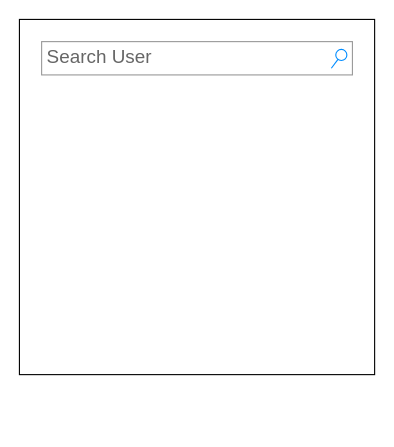
Before: Triva_Profile_Search.drawio in Adityacs001/snippet, a draw.io diagram. Source tidied: cells renumbered, new cells numbered last; positions are measured from the earlier drawing's top-left corner, leaving out a move shared by most shapes. Both pictures are drawn from the tidied source at 111%, with x=0, y=0 at pixel (19, 19). Pictures stored in the file or linked from it are replaced by grey dashed boxes.
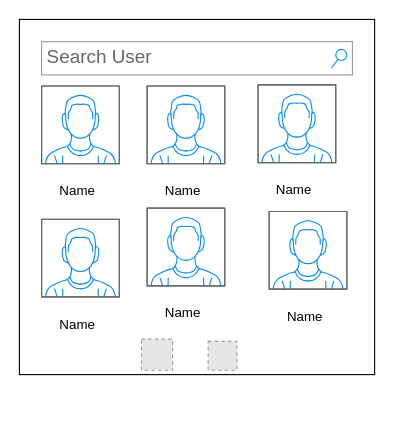
The same diagram, later.

Change to the diagram source:
```diff
@@
     <mxCell id="2" style="group;" parent="1" vertex="1">
-      <mxGeometry width="320" height="320" as="geometry" />
+      <mxGeometry width="320" height="368" as="geometry" />
     </mxCell>
@@
+    <mxCell id="5" style="group;" parent="2" vertex="1">
+      <mxGeometry x="15" y="60" width="75" height="110" as="geometry" />
+    </mxCell>
+    <mxCell id="6" style="verticalLabelPosition=bottom;shadow=0;dashed=0;align=center;html=1;verticalAlign=top;strokeWidth=1;shape=mxgraph.mockup.containers.userMale;strokeColor=#666666;strokeColor2=#008cff;" parent="5" vertex="1">
+      <mxGeometry x="5" width="70" height="70" as="geometry" />
+    </mxCell>
+    <mxCell id="7" value="Name" style="text;html=1;align=center;verticalAlign=middle;whiteSpace=wrap;rounded=0;" parent="5" vertex="1">
+      <mxGeometry y="80" width="75" height="30" as="geometry" />
+    </mxCell>
+    <mxCell id="8" style="group;" parent="2" vertex="1">
+      <mxGeometry x="110" y="60" width="75" height="110" as="geometry" />
+    </mxCell>
+    <mxCell id="9" style="verticalLabelPosition=bottom;shadow=0;dashed=0;align=center;html=1;verticalAlign=top;strokeWidth=1;shape=mxgraph.mockup.containers.userMale;strokeColor=#666666;strokeColor2=#008cff;" parent="8" vertex="1">
+      <mxGeometry x="5" width="70" height="70" as="geometry" />
+    </mxCell>
+    <mxCell id="10" value="Name" style="text;html=1;align=center;verticalAlign=middle;whiteSpace=wrap;rounded=0;" parent="8" vertex="1">
+      <mxGeometry y="80" width="75" height="30" as="geometry" />
+    </mxCell>
+    <mxCell id="11" style="group;" parent="2" vertex="1">
+      <mxGeometry x="210" y="59" width="75" height="110" as="geometry" />
+    </mxCell>
+    <mxCell id="12" style="verticalLabelPosition=bottom;shadow=0;dashed=0;align=center;html=1;verticalAlign=top;strokeWidth=1;shape=mxgraph.mockup.containers.userMale;strokeColor=#666666;strokeColor2=#008cff;" parent="11" vertex="1">
+      <mxGeometry x="5" width="70" height="70" as="geometry" />
+    </mxCell>
+    <mxCell id="13" value="Name" style="text;html=1;align=center;verticalAlign=middle;whiteSpace=wrap;rounded=0;" parent="11" vertex="1">
+      <mxGeometry y="80" width="75" height="30" as="geometry" />
+    </mxCell>
+    <mxCell id="14" style="group;" parent="2" vertex="1">
+      <mxGeometry x="15" y="180" width="75" height="110" as="geometry" />
+    </mxCell>
+    <mxCell id="15" style="verticalLabelPosition=bottom;shadow=0;dashed=0;align=center;html=1;verticalAlign=top;strokeWidth=1;shape=mxgraph.mockup.containers.userMale;strokeColor=#666666;strokeColor2=#008cff;" parent="14" vertex="1">
+      <mxGeometry x="5" width="70" height="70" as="geometry" />
+    </mxCell>
+    <mxCell id="16" value="Name" style="text;html=1;align=center;verticalAlign=middle;whiteSpace=wrap;rounded=0;" parent="14" vertex="1">
+      <mxGeometry y="80" width="75" height="30" as="geometry" />
+    </mxCell>
+    <mxCell id="17" style="group;" parent="2" vertex="1">
+      <mxGeometry x="110" y="170" width="75" height="110" as="geometry" />
+    </mxCell>
+    <mxCell id="18" style="verticalLabelPosition=bottom;shadow=0;dashed=0;align=center;html=1;verticalAlign=top;strokeWidth=1;shape=mxgraph.mockup.containers.userMale;strokeColor=#666666;strokeColor2=#008cff;" parent="17" vertex="1">
+      <mxGeometry x="5" width="70" height="70" as="geometry" />
+    </mxCell>
+    <mxCell id="19" value="Name" style="text;html=1;align=center;verticalAlign=middle;whiteSpace=wrap;rounded=0;" parent="17" vertex="1">
+      <mxGeometry y="80" width="75" height="30" as="geometry" />
+    </mxCell>
+    <mxCell id="20" style="group;" parent="2" vertex="1">
+      <mxGeometry x="220" y="173" width="75" height="110" as="geometry" />
+    </mxCell>
+    <mxCell id="21" style="verticalLabelPosition=bottom;shadow=0;dashed=0;align=center;html=1;verticalAlign=top;strokeWidth=1;shape=mxgraph.mockup.containers.userMale;strokeColor=#666666;strokeColor2=#008cff;" parent="20" vertex="1">
+      <mxGeometry x="5" width="70" height="70" as="geometry" />
+    </mxCell>
+    <mxCell id="22" value="Name" style="text;html=1;align=center;verticalAlign=middle;whiteSpace=wrap;rounded=0;" parent="20" vertex="1">
+      <mxGeometry y="80" width="75" height="30" as="geometry" />
+    </mxCell>
+    <mxCell id="23" style="fillColor=#E6E6E6;strokeColor=#999999;dashed=1;html=1;verticalAlign=top;verticalLabelPosition=bottom;labelBackgroundColor=#ffffff;" parent="2" vertex="1">
+      <mxGeometry x="170" y="290" width="26" height="26" as="geometry" />
+    </mxCell>
+    <mxCell id="24" style="fillColor=#E6E6E6;strokeColor=#999999;dashed=1;html=1;verticalAlign=top;verticalLabelPosition=bottom;labelBackgroundColor=#ffffff;" parent="2" vertex="1">
+      <mxGeometry x="110" y="288" width="28" height="28" as="geometry" />
+    </mxCell>
```
